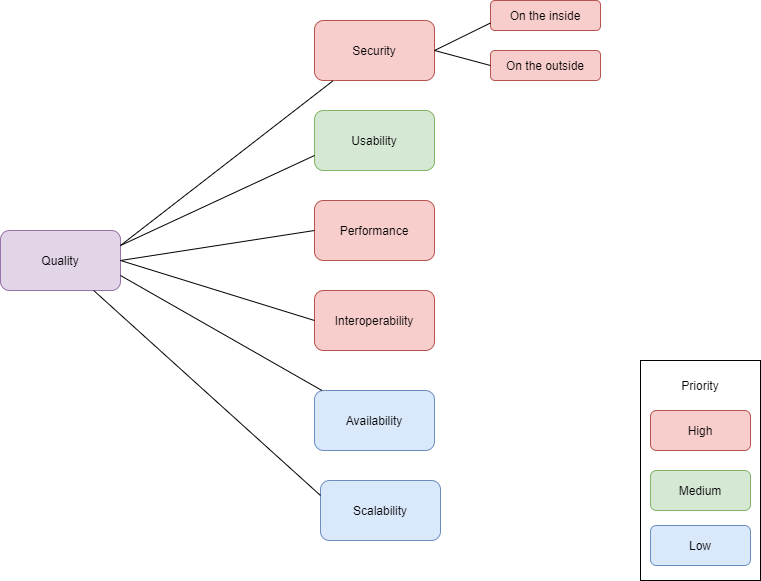
The draw.io diagram webapp/docs/images/10_Quality_Tree.png in Arquisoft/radarin_en3a, before a commit. Source tidied: cells renumbered, new cells last; positions are measured from the earlier drawing's top-left corner, leaving out a move shared by most shapes.
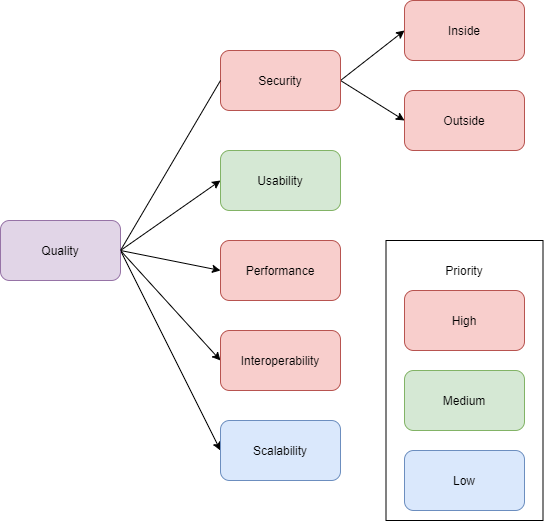
Later version of the same file.

Commit message:
Quality section updated

Change to the diagram source:
```diff
@@ -2,71 +2,69 @@
   <root>
     <mxCell id="0" />
     <mxCell id="1" parent="0" />
+    <mxCell id="13" style="rounded=0;jettySize=auto;html=1;entryX=0;entryY=0.5;entryDx=0;entryDy=0;exitX=1;exitY=0.5;exitDx=0;exitDy=0;" parent="1" edge="1" source="2" target="4">
+      <mxGeometry relative="1" as="geometry" />
+    </mxCell>
+    <mxCell id="24" style="edgeStyle=none;rounded=0;jettySize=auto;html=1;entryX=0;entryY=0.5;entryDx=0;entryDy=0;" parent="1" edge="1" target="5">
+      <mxGeometry relative="1" as="geometry">
+        <mxPoint x="90" y="260" as="sourcePoint" />
+      </mxGeometry>
+    </mxCell>
+    <mxCell id="25" style="edgeStyle=none;rounded=0;jettySize=auto;html=1;entryX=0;entryY=0.5;entryDx=0;entryDy=0;" parent="1" edge="1" target="6">
+      <mxGeometry relative="1" as="geometry">
+        <mxPoint x="90" y="260" as="sourcePoint" />
+      </mxGeometry>
+    </mxCell>
+    <mxCell id="14" style="edgeStyle=none;rounded=0;jettySize=auto;html=1;entryX=0;entryY=0.5;entryDx=0;entryDy=0;exitX=1;exitY=0.5;exitDx=0;exitDy=0;" parent="1" edge="1" source="2" target="8">
+      <mxGeometry relative="1" as="geometry" />
+    </mxCell>
     <mxCell id="2" value="Quality" style="rounded=1;whiteSpace=wrap;html=1;fillColor=#e1d5e7;strokeColor=#9673a6;" parent="1" vertex="1">
-      <mxGeometry y="230" width="120" height="60" as="geometry" />
+      <mxGeometry x="-30" y="230" width="120" height="60" as="geometry" />
     </mxCell>
+    <mxCell id="6" value="Interoperability" style="rounded=1;whiteSpace=wrap;html=1;fillColor=#f8cecc;strokeColor=#b85450;" parent="1" vertex="1">
+      <mxGeometry x="190" y="340" width="120" height="60" as="geometry" />
+    </mxCell>
+    <mxCell id="5" value="Performance" style="rounded=1;whiteSpace=wrap;html=1;fillColor=#f8cecc;strokeColor=#b85450;" parent="1" vertex="1">
+      <mxGeometry x="190" y="250" width="120" height="60" as="geometry" />
+    </mxCell>
+    <mxCell id="4" value="Usability" style="rounded=1;whiteSpace=wrap;html=1;fillColor=#d5e8d4;strokeColor=#82b366;" parent="1" vertex="1">
+      <mxGeometry x="190" y="160" width="120" height="60" as="geometry" />
+    </mxCell>
+    <mxCell id="26" style="edgeStyle=none;rounded=0;jettySize=auto;html=1;entryX=0;entryY=0.5;entryDx=0;entryDy=0;exitX=1;exitY=0.5;exitDx=0;exitDy=0;" parent="1" edge="1" source="3" target="30">
+      <mxGeometry relative="1" as="geometry" />
+    </mxCell>
+    <mxCell id="27" style="edgeStyle=none;rounded=0;jettySize=auto;html=1;entryX=0;entryY=0.5;entryDx=0;entryDy=0;exitX=1;exitY=0.5;exitDx=0;exitDy=0;" parent="1" edge="1" source="3" target="29">
+      <mxGeometry relative="1" as="geometry" />
+    </mxCell>
     <mxCell id="3" value="Security" style="rounded=1;whiteSpace=wrap;html=1;fillColor=#f8cecc;strokeColor=#b85450;" parent="1" vertex="1">
-      <mxGeometry x="314" y="20" width="120" height="60" as="geometry" />
+      <mxGeometry x="190" y="60" width="120" height="60" as="geometry" />
     </mxCell>
-    <mxCell id="4" value="Usability" style="rounded=1;whiteSpace=wrap;html=1;fillColor=#d5e8d4;strokeColor=#82b366;" parent="1" vertex="1">
-      <mxGeometry x="314" y="110" width="120" height="60" as="geometry" />
-    </mxCell>
-    <mxCell id="5" value="Performance" style="rounded=1;whiteSpace=wrap;html=1;fillColor=#f8cecc;strokeColor=#b85450;" parent="1" vertex="1">
-      <mxGeometry x="314" y="200" width="120" height="60" as="geometry" />
-    </mxCell>
-    <mxCell id="6" value="Interoperability" style="rounded=1;whiteSpace=wrap;html=1;fillColor=#f8cecc;strokeColor=#b85450;" parent="1" vertex="1">
-      <mxGeometry x="314" y="290" width="120" height="60" as="geometry" />
-    </mxCell>
-    <mxCell id="7" value="Availability" style="rounded=1;whiteSpace=wrap;html=1;fillColor=#dae8fc;strokeColor=#6c8ebf;" parent="1" vertex="1">
-      <mxGeometry x="314" y="390" width="120" height="60" as="geometry" />
-    </mxCell>
     <mxCell id="8" value="Scalability" style="rounded=1;whiteSpace=wrap;html=1;fillColor=#dae8fc;strokeColor=#6c8ebf;" parent="1" vertex="1">
-      <mxGeometry x="320" y="480" width="120" height="60" as="geometry" />
+      <mxGeometry x="190" y="430" width="120" height="60" as="geometry" />
     </mxCell>
-    <mxCell id="9" style="endArrow=none;html=1;entryX=1;entryY=0.25;entryDx=0;entryDy=0;exitX=0.153;exitY=1.007;exitDx=0;exitDy=0;exitPerimeter=0;" parent="1" edge="1" source="3" target="2">
-      <mxGeometry relative="1" as="geometry" />
-    </mxCell>
-    <mxCell id="10" style="endArrow=none;html=1;entryX=1;entryY=0.75;entryDx=0;entryDy=0;" parent="1" edge="1" source="7" target="2">
-      <mxGeometry relative="1" as="geometry" />
-    </mxCell>
-    <mxCell id="11" style="endArrow=none;html=1;entryX=1;entryY=0.5;entryDx=0;entryDy=0;exitX=0;exitY=0.5;exitDx=0;exitDy=0;" parent="1" edge="1" source="6" target="2">
-      <mxGeometry relative="1" as="geometry" />
-    </mxCell>
-    <mxCell id="12" style="endArrow=none;html=1;entryX=0;entryY=0.5;entryDx=0;entryDy=0;exitX=1;exitY=0.5;exitDx=0;exitDy=0;" parent="1" edge="1" source="2" target="5">
-      <mxGeometry relative="1" as="geometry" />
-    </mxCell>
-    <mxCell id="13" style="endArrow=none;html=1;exitX=1;exitY=0.25;exitDx=0;exitDy=0;entryX=0;entryY=0.75;entryDx=0;entryDy=0;" parent="1" edge="1" source="2" target="4">
-      <mxGeometry relative="1" as="geometry" />
-    </mxCell>
-    <mxCell id="14" style="endArrow=none;html=1;entryX=0;entryY=0.25;entryDx=0;entryDy=0;" parent="1" edge="1" source="2" target="8">
-      <mxGeometry relative="1" as="geometry" />
-    </mxCell>
-    <mxCell id="15" value="On the inside" style="rounded=1;whiteSpace=wrap;html=1;fillColor=#f8cecc;strokeColor=#b85450;" parent="1" vertex="1">
-      <mxGeometry x="490" width="110" height="30" as="geometry" />
-    </mxCell>
-    <mxCell id="16" value="On the outside" style="rounded=1;whiteSpace=wrap;html=1;fillColor=#f8cecc;strokeColor=#b85450;" parent="1" vertex="1">
-      <mxGeometry x="490" y="50" width="110" height="30" as="geometry" />
-    </mxCell>
-    <mxCell id="17" style="endArrow=none;html=1;entryX=0;entryY=0.75;entryDx=0;entryDy=0;exitX=1;exitY=0.5;exitDx=0;exitDy=0;" parent="1" edge="1" source="3" target="15">
-      <mxGeometry relative="1" as="geometry" />
-    </mxCell>
-    <mxCell id="18" style="endArrow=none;html=1;entryX=0;entryY=0.5;entryDx=0;entryDy=0;exitX=1;exitY=0.5;exitDx=0;exitDy=0;" parent="1" edge="1" source="3" target="16">
-      <mxGeometry relative="1" as="geometry" />
-    </mxCell>
-    <mxCell id="19" style="rounded=0;whiteSpace=wrap;html=1;" parent="1" vertex="1">
-      <mxGeometry x="640" y="360" width="120" height="220" as="geometry" />
-    </mxCell>
+    <mxCell id="28" style="endArrow=none;html=1;exitX=1;exitY=0.5;exitDx=0;exitDy=0;entryX=0;entryY=0.5;entryDx=0;entryDy=0;" parent="1" edge="1" source="2" target="3">
+      <mxGeometry relative="1" as="geometry" />
+    </mxCell>
+    <mxCell id="29" value="Outside" style="rounded=1;whiteSpace=wrap;html=1;fillColor=#f8cecc;strokeColor=#b85450;" parent="1" vertex="1">
+      <mxGeometry x="374" y="100" width="120" height="60" as="geometry" />
+    </mxCell>
+    <mxCell id="30" value="Inside" style="rounded=1;whiteSpace=wrap;html=1;fillColor=#f8cecc;strokeColor=#b85450;" parent="1" vertex="1">
+      <mxGeometry x="374" y="10" width="120" height="60" as="geometry" />
+    </mxCell>
+    <mxCell id="31" value="&lt;p style=&quot;line-height: 0%&quot;&gt;&lt;br&gt;&lt;/p&gt;" style="rounded=0;whiteSpace=wrap;html=1;align=center;" parent="1" vertex="1">
+      <mxGeometry x="355.5" y="250" width="157" height="280" as="geometry" />
+    </mxCell>
+    <mxCell id="23" value="Priority" style="text;html=1;strokeColor=none;fillColor=none;align=center;verticalAlign=middle;whiteSpace=wrap;rounded=0;" parent="1" vertex="1">
+      <mxGeometry x="414" y="275" width="40" height="10" as="geometry" />
+    </mxCell>
     <mxCell id="20" value="High" style="rounded=1;whiteSpace=wrap;html=1;fillColor=#f8cecc;strokeColor=#b85450;" parent="1" vertex="1">
-      <mxGeometry x="650" y="410" width="100" height="40" as="geometry" />
+      <mxGeometry x="374" y="300" width="120" height="60" as="geometry" />
     </mxCell>
     <mxCell id="21" value="Medium" style="rounded=1;whiteSpace=wrap;html=1;fillColor=#d5e8d4;strokeColor=#82b366;" parent="1" vertex="1">
-      <mxGeometry x="650" y="470" width="100" height="40" as="geometry" />
+      <mxGeometry x="374" y="380" width="120" height="60" as="geometry" />
     </mxCell>
     <mxCell id="22" value="Low" style="rounded=1;whiteSpace=wrap;html=1;fillColor=#dae8fc;strokeColor=#6c8ebf;" parent="1" vertex="1">
-      <mxGeometry x="650" y="525" width="100" height="40" as="geometry" />
+      <mxGeometry x="374" y="460" width="120" height="60" as="geometry" />
     </mxCell>
-    <mxCell id="23" value="Priority" style="text;html=1;strokeColor=none;fillColor=none;align=center;verticalAlign=middle;whiteSpace=wrap;rounded=0;" parent="1" vertex="1">
-      <mxGeometry x="680" y="370" width="40" height="30" as="geometry" />
-    </mxCell>
   </root>
 </mxGraphModel>
```
